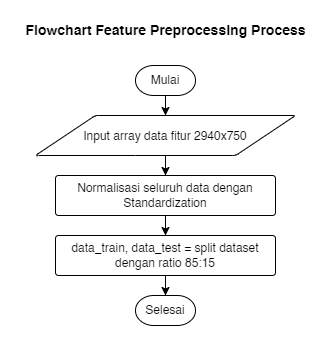
Earlier version of the draw.io export Skripsi/resource/Tugas Akhir-Flowchart Feature Preprocessing.drawio.png (RTAgung/tugas-akhir). Source tidied: cells renumbered, new cells last; positions are measured from the earlier drawing's top-left corner, leaving out a move shared by most shapes. The source it was exported from:
```xml
<mxGraphModel>
  <root>
    <mxCell id="0" />
    <mxCell id="1" parent="0" />
    <mxCell id="2" style="edgeStyle=orthogonalEdgeStyle;rounded=0;jettySize=auto;html=1;fontSize=12;" parent="1" edge="1" source="3" target="10">
      <mxGeometry relative="1" as="geometry" />
    </mxCell>
    <mxCell id="3" value="Mulai" style="strokeWidth=1;html=1;shape=mxgraph.flowchart.terminator;whiteSpace=wrap;" parent="1" vertex="1">
      <mxGeometry x="120" y="50" width="60" height="30" as="geometry" />
    </mxCell>
    <mxCell id="4" value="Selesai" style="strokeWidth=1;html=1;shape=mxgraph.flowchart.terminator;whiteSpace=wrap;" parent="1" vertex="1">
      <mxGeometry x="120" y="280" width="60" height="30" as="geometry" />
    </mxCell>
    <mxCell id="5" style="edgeStyle=orthogonalEdgeStyle;rounded=0;jettySize=auto;html=1;entryX=0.5;entryY=0;entryDx=0;entryDy=0;fontSize=12;" parent="1" edge="1" source="6" target="8">
      <mxGeometry relative="1" as="geometry" />
    </mxCell>
    <mxCell id="6" value="Normalisasi seluruh data dengan Standardization" style="rounded=1;whiteSpace=wrap;html=1;absoluteArcSize=1;arcSize=6;strokeWidth=1;" parent="1" vertex="1">
      <mxGeometry x="40" y="160" width="220" height="40" as="geometry" />
    </mxCell>
    <mxCell id="7" style="edgeStyle=orthogonalEdgeStyle;rounded=0;jettySize=auto;html=1;entryX=0.5;entryY=0;entryDx=0;entryDy=0;entryPerimeter=0;fontSize=12;" parent="1" edge="1" source="8" target="4">
      <mxGeometry relative="1" as="geometry" />
    </mxCell>
    <mxCell id="8" value="data_train, data_test = split dataset dengan ratio 85:15" style="rounded=1;whiteSpace=wrap;html=1;absoluteArcSize=1;arcSize=6;strokeWidth=1;" parent="1" vertex="1">
      <mxGeometry x="40" y="220" width="220" height="40" as="geometry" />
    </mxCell>
    <mxCell id="9" style="edgeStyle=orthogonalEdgeStyle;rounded=0;jettySize=auto;html=1;entryX=0.5;entryY=0;entryDx=0;entryDy=0;fontSize=12;" parent="1" edge="1" source="10" target="6">
      <mxGeometry relative="1" as="geometry" />
    </mxCell>
    <mxCell id="10" value="&lt;font style=&quot;font-size: 12px;&quot;&gt;Input array data fitur 2940x750&lt;/font&gt;" style="shape=parallelogram;html=1;strokeWidth=1;perimeter=parallelogramPerimeter;whiteSpace=wrap;rounded=1;arcSize=6;size=0.23;fontSize=14;" parent="1" vertex="1">
      <mxGeometry x="20" y="100" width="260" height="40" as="geometry" />
    </mxCell>
    <mxCell id="11" value="&lt;font style=&quot;font-size: 14px;&quot;&gt;Flowchart Feature Preprocessing Process&lt;/font&gt;" style="text;html=1;align=center;verticalAlign=middle;strokeColor=none;fillColor=none;fontSize=12;fontStyle=1;" parent="1" vertex="1">
      <mxGeometry width="300" height="30" as="geometry" />
    </mxCell>
  </root>
</mxGraphModel>
```
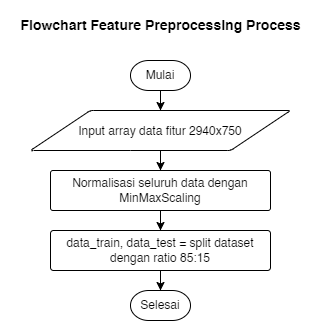
Above is the later version.

Change to the diagram source:
```diff
@@ -14,7 +14,7 @@
     <mxCell id="5" style="edgeStyle=orthogonalEdgeStyle;rounded=0;jettySize=auto;html=1;entryX=0.5;entryY=0;entryDx=0;entryDy=0;fontSize=12;" parent="1" edge="1" source="6" target="8">
       <mxGeometry relative="1" as="geometry" />
     </mxCell>
-    <mxCell id="6" value="Normalisasi seluruh data dengan Standardization" style="rounded=1;whiteSpace=wrap;html=1;absoluteArcSize=1;arcSize=6;strokeWidth=1;" parent="1" vertex="1">
+    <mxCell id="6" value="Normalisasi seluruh data dengan MinMaxScaling" style="rounded=1;whiteSpace=wrap;html=1;absoluteArcSize=1;arcSize=5;strokeWidth=1;" parent="1" vertex="1">
       <mxGeometry x="40" y="160" width="220" height="40" as="geometry" />
     </mxCell>
     <mxCell id="7" style="edgeStyle=orthogonalEdgeStyle;rounded=0;jettySize=auto;html=1;entryX=0.5;entryY=0;entryDx=0;entryDy=0;entryPerimeter=0;fontSize=12;" parent="1" edge="1" source="8" target="4">
```
